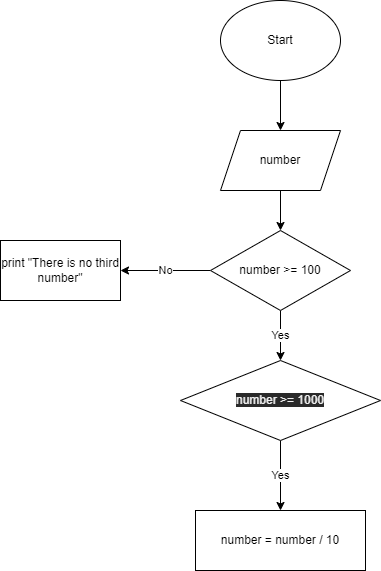
Ane4kaErm/Homework keeps this draw.io diagram as Homework/hometask002/task002/.drawio.png. Above is the earlier version. Source tidied: cells renumbered, new cells last; positions are measured from the earlier drawing's top-left corner, leaving out a move shared by most shapes. The source it was exported from:
```xml
<mxGraphModel>
  <root>
    <mxCell id="0" />
    <mxCell id="1" parent="0" />
    <mxCell id="2" style="edgeStyle=none;html=1;" parent="1" edge="1" source="3" target="5">
      <mxGeometry relative="1" as="geometry" />
    </mxCell>
    <mxCell id="3" value="Start" style="ellipse;whiteSpace=wrap;html=1;" parent="1" vertex="1">
      <mxGeometry x="220" width="120" height="80" as="geometry" />
    </mxCell>
    <mxCell id="4" style="edgeStyle=none;html=1;" parent="1" edge="1" source="5" target="8">
      <mxGeometry relative="1" as="geometry" />
    </mxCell>
    <mxCell id="5" value="number" style="shape=parallelogram;perimeter=parallelogramPerimeter;whiteSpace=wrap;html=1;fixedSize=1;" parent="1" vertex="1">
      <mxGeometry x="220" y="130" width="120" height="60" as="geometry" />
    </mxCell>
    <mxCell id="6" value="Yes" style="edgeStyle=none;html=1;" parent="1" edge="1" source="8" target="10">
      <mxGeometry relative="1" as="geometry" />
    </mxCell>
    <mxCell id="7" value="No" style="edgeStyle=none;html=1;" parent="1" edge="1" source="8" target="12">
      <mxGeometry relative="1" as="geometry" />
    </mxCell>
    <mxCell id="8" value="number &amp;gt;= 100" style="rhombus;whiteSpace=wrap;html=1;" parent="1" vertex="1">
      <mxGeometry x="210" y="230" width="140" height="80" as="geometry" />
    </mxCell>
    <mxCell id="9" value="Yes" style="edgeStyle=none;html=1;" parent="1" edge="1" source="10" target="11">
      <mxGeometry relative="1" as="geometry" />
    </mxCell>
    <mxCell id="10" value="&lt;span style=&quot;color: rgb(240 , 240 , 240) ; font-family: &amp;#34;helvetica&amp;#34; ; font-size: 12px ; font-style: normal ; font-weight: 400 ; letter-spacing: normal ; text-align: center ; text-indent: 0px ; text-transform: none ; word-spacing: 0px ; background-color: rgb(42 , 42 , 42) ; display: inline ; float: none&quot;&gt;number &amp;gt;= 1000&lt;/span&gt;" style="rhombus;whiteSpace=wrap;html=1;" parent="1" vertex="1">
      <mxGeometry x="180" y="360" width="200" height="80" as="geometry" />
    </mxCell>
    <mxCell id="11" value="number = number / 10" style="whiteSpace=wrap;html=1;" parent="1" vertex="1">
      <mxGeometry x="195" y="510" width="170" height="60" as="geometry" />
    </mxCell>
    <mxCell id="12" value="print &quot;There is no third number&quot;" style="whiteSpace=wrap;html=1;" parent="1" vertex="1">
      <mxGeometry y="240" width="120" height="60" as="geometry" />
    </mxCell>
  </root>
</mxGraphModel>
```
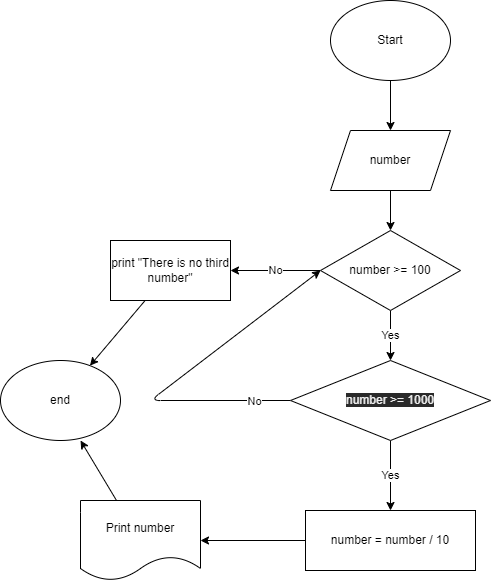
After the change.

Commit message:
second flowchart new

Diff of the diagram source:
```diff
@@ -26,14 +26,39 @@
     <mxCell id="9" value="Yes" style="edgeStyle=none;html=1;" parent="1" edge="1" source="10" target="11">
       <mxGeometry relative="1" as="geometry" />
     </mxCell>
+    <mxCell id="13" style="edgeStyle=none;html=1;entryX=0;entryY=0.5;entryDx=0;entryDy=0;" parent="1" edge="1" source="10" target="8">
+      <mxGeometry relative="1" as="geometry">
+        <Array as="points">
+          <mxPoint x="40" y="400" />
+        </Array>
+      </mxGeometry>
+    </mxCell>
+    <mxCell id="14" value="No" style="edgeLabel;html=1;align=center;verticalAlign=middle;" parent="13" vertex="1">
+      <mxGeometry x="-0.79" relative="1" as="geometry" />
+    </mxCell>
     <mxCell id="10" value="&lt;span style=&quot;color: rgb(240 , 240 , 240) ; font-family: &amp;#34;helvetica&amp;#34; ; font-size: 12px ; font-style: normal ; font-weight: 400 ; letter-spacing: normal ; text-align: center ; text-indent: 0px ; text-transform: none ; word-spacing: 0px ; background-color: rgb(42 , 42 , 42) ; display: inline ; float: none&quot;&gt;number &amp;gt;= 1000&lt;/span&gt;" style="rhombus;whiteSpace=wrap;html=1;" parent="1" vertex="1">
       <mxGeometry x="180" y="360" width="200" height="80" as="geometry" />
     </mxCell>
+    <mxCell id="15" style="edgeStyle=none;html=1;" parent="1" edge="1" source="11" target="18">
+      <mxGeometry relative="1" as="geometry" />
+    </mxCell>
     <mxCell id="11" value="number = number / 10" style="whiteSpace=wrap;html=1;" parent="1" vertex="1">
       <mxGeometry x="195" y="510" width="170" height="60" as="geometry" />
     </mxCell>
+    <mxCell id="16" style="edgeStyle=none;html=1;" parent="1" edge="1" source="12" target="19">
+      <mxGeometry relative="1" as="geometry" />
+    </mxCell>
     <mxCell id="12" value="print &quot;There is no third number&quot;" style="whiteSpace=wrap;html=1;" parent="1" vertex="1">
       <mxGeometry y="240" width="120" height="60" as="geometry" />
     </mxCell>
+    <mxCell id="17" style="edgeStyle=none;html=1;entryX=0.667;entryY=1;entryDx=0;entryDy=0;entryPerimeter=0;" parent="1" edge="1" source="18" target="19">
+      <mxGeometry relative="1" as="geometry" />
+    </mxCell>
+    <mxCell id="18" value="Print number" style="shape=document;whiteSpace=wrap;html=1;boundedLbl=1;" parent="1" vertex="1">
+      <mxGeometry x="-30" y="500" width="120" height="80" as="geometry" />
+    </mxCell>
+    <mxCell id="19" value="end" style="ellipse;whiteSpace=wrap;html=1;" parent="1" vertex="1">
+      <mxGeometry x="-110" y="360" width="120" height="80" as="geometry" />
+    </mxCell>
   </root>
 </mxGraphModel>
```
